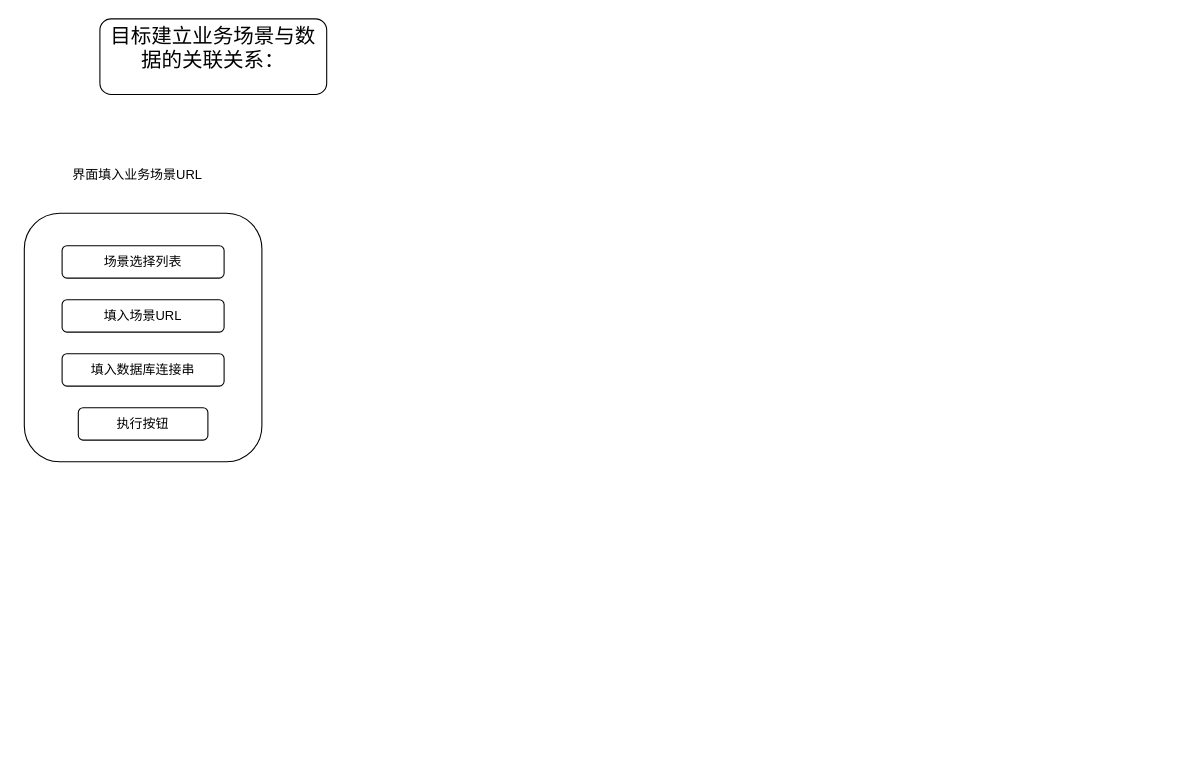
This is extract_biz_data.drawio from Chenguoqing2008/drawio, a draw.io file, before an edit. Source tidied: cells renumbered, new cells numbered last; positions are measured from the earlier drawing's top-left corner, leaving out a move shared by most shapes. Both pictures are drawn from the tidied source at 108%, with x=0, y=0 at pixel (24, 18).
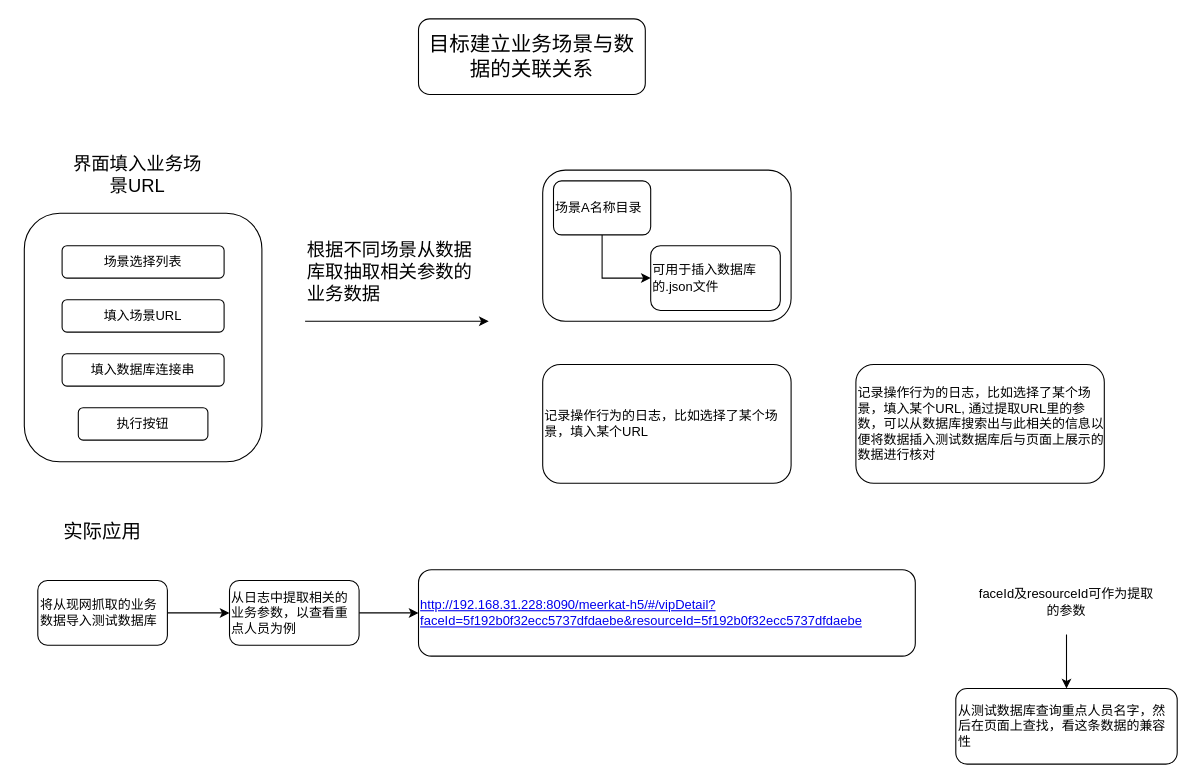
The same page after the edit.

Diff of the diagram source:
```diff
@@
-    <mxCell id="2" value="&lt;font style=&quot;font-size: 19px&quot;&gt;目标建立业务场景与数据的关联关系：&lt;br&gt;&lt;/font&gt;&lt;br&gt;" style="rounded=1;whiteSpace=wrap;html=1;" parent="1" vertex="1">
-      <mxGeometry x="70" width="210" height="70" as="geometry" />
+    <mxCell id="2" value="&lt;font style=&quot;font-size: 19px&quot;&gt;目标建立业务场景与数据的关联关系&lt;br&gt;&lt;/font&gt;" style="rounded=1;whiteSpace=wrap;html=1;" parent="1" vertex="1">
+      <mxGeometry x="365" width="210" height="70" as="geometry" />
     </mxCell>
@@
-    <mxCell id="4" value="界面填入业务场景URL" style="text;html=1;strokeColor=none;fillColor=none;align=center;verticalAlign=middle;whiteSpace=wrap;rounded=0;" parent="1" vertex="1">
+    <mxCell id="4" value="&lt;font style=&quot;font-size: 17px&quot;&gt;界面填入业务场景URL&lt;/font&gt;" style="text;html=1;strokeColor=none;fillColor=none;align=center;verticalAlign=middle;whiteSpace=wrap;rounded=0;" parent="1" vertex="1">
       <mxGeometry x="40" y="130" width="130" height="30" as="geometry" />
     </mxCell>
@@
+    <mxCell id="9" style="endArrow=classic;html=1;" parent="1" edge="1">
+      <mxGeometry relative="1" as="geometry">
+        <mxPoint x="260" y="280" as="sourcePoint" />
+        <mxPoint x="430" y="280" as="targetPoint" />
+        <Array as="points">
+          <mxPoint x="320" y="280" />
+        </Array>
+      </mxGeometry>
+    </mxCell>
+    <mxCell id="10" value="&lt;font style=&quot;font-size: 17px&quot;&gt;根据不同场景从数据库取抽取相关参数的业务数据&lt;/font&gt;" style="text;html=1;strokeColor=none;fillColor=none;align=left;verticalAlign=middle;whiteSpace=wrap;rounded=0;" parent="1" vertex="1">
+      <mxGeometry x="260" y="200" width="170" height="70" as="geometry" />
+    </mxCell>
+    <mxCell id="11" style="rounded=1;whiteSpace=wrap;html=1;align=left;" parent="1" vertex="1">
+      <mxGeometry x="480" y="140" width="230" height="140" as="geometry" />
+    </mxCell>
+    <mxCell id="12" style="edgeStyle=orthogonalEdgeStyle;rounded=0;jettySize=auto;html=1;exitX=0.5;exitY=1;exitDx=0;exitDy=0;entryX=0;entryY=0.5;entryDx=0;entryDy=0;" parent="1" edge="1" source="13" target="14">
+      <mxGeometry relative="1" as="geometry" />
+    </mxCell>
+    <mxCell id="13" value="场景A名称目录" style="rounded=1;whiteSpace=wrap;html=1;align=left;" parent="1" vertex="1">
+      <mxGeometry x="490" y="150" width="90" height="50" as="geometry" />
+    </mxCell>
+    <mxCell id="14" value="可用于插入数据库的.json文件" style="rounded=1;whiteSpace=wrap;html=1;align=left;" parent="1" vertex="1">
+      <mxGeometry x="580" y="210" width="120" height="60" as="geometry" />
+    </mxCell>
+    <mxCell id="15" value="记录操作行为的日志，比如选择了某个场景，填入某个URL" style="rounded=1;whiteSpace=wrap;html=1;align=left;" parent="1" vertex="1">
+      <mxGeometry x="480" y="320" width="230" height="110" as="geometry" />
+    </mxCell>
+    <mxCell id="16" value="记录操作行为的日志，比如选择了某个场景，填入某个URL,&amp;nbsp;通过提取URL里的参数，可以从数据库搜索出与此相关的信息以便将数据插入测试数据库后与页面上展示的数据进行核对" style="rounded=1;whiteSpace=wrap;html=1;align=left;" parent="1" vertex="1">
+      <mxGeometry x="770" y="320" width="230" height="110" as="geometry" />
+    </mxCell>
+    <mxCell id="17" style="edgeStyle=orthogonalEdgeStyle;rounded=0;jettySize=auto;html=1;exitX=1;exitY=0.5;exitDx=0;exitDy=0;entryX=0;entryY=0.5;entryDx=0;entryDy=0;" parent="1" edge="1" source="18" target="21">
+      <mxGeometry relative="1" as="geometry" />
+    </mxCell>
+    <mxCell id="18" value="将从现网抓取的业务数据导入测试数据库" style="rounded=1;whiteSpace=wrap;html=1;align=left;" parent="1" vertex="1">
+      <mxGeometry x="12.5" y="520" width="120" height="60" as="geometry" />
+    </mxCell>
+    <mxCell id="19" value="&lt;font style=&quot;font-size: 18px&quot;&gt;实际应用&lt;/font&gt;" style="text;html=1;strokeColor=none;fillColor=none;align=center;verticalAlign=middle;whiteSpace=wrap;rounded=0;" parent="1" vertex="1">
+      <mxGeometry x="-5" y="460" width="155" height="30" as="geometry" />
+    </mxCell>
+    <mxCell id="20" style="edgeStyle=orthogonalEdgeStyle;rounded=0;jettySize=auto;html=1;exitX=1;exitY=0.5;exitDx=0;exitDy=0;entryX=0;entryY=0.5;entryDx=0;entryDy=0;" parent="1" edge="1" source="21" target="22">
+      <mxGeometry relative="1" as="geometry" />
+    </mxCell>
+    <mxCell id="21" value="从日志中提取相关的业务参数，以查看重点人员为例" style="rounded=1;whiteSpace=wrap;html=1;align=left;" parent="1" vertex="1">
+      <mxGeometry x="190" y="520" width="120" height="60" as="geometry" />
+    </mxCell>
+    <mxCell id="22" value="&lt;a href=&quot;http://192.168.31.228:8090/meerkat-h5/#/vipDetail?faceId=5f192b0f32ecc5737dfdaebe&amp;amp;resourceId=5f192b0f32ecc5737dfdaebe&quot;&gt;http://192.168.31.228:8090/meerkat-h5/#/vipDetail?faceId=5f192b0f32ecc5737dfdaebe&amp;amp;resourceId=5f192b0f32ecc5737dfdaebe&lt;/a&gt;" style="rounded=1;whiteSpace=wrap;html=1;align=left;" parent="1" vertex="1">
+      <mxGeometry x="365" y="510" width="460" height="80" as="geometry" />
+    </mxCell>
+    <mxCell id="23" style="edgeStyle=orthogonalEdgeStyle;rounded=0;jettySize=auto;html=1;exitX=0.5;exitY=1;exitDx=0;exitDy=0;entryX=0.5;entryY=0;entryDx=0;entryDy=0;" parent="1" edge="1" source="24" target="25">
+      <mxGeometry relative="1" as="geometry" />
+    </mxCell>
+    <mxCell id="24" value="faceId及resourceId可作为提取的参数" style="text;html=1;strokeColor=none;fillColor=none;align=center;verticalAlign=middle;whiteSpace=wrap;rounded=0;" parent="1" vertex="1">
+      <mxGeometry x="880" y="510" width="170" height="60" as="geometry" />
+    </mxCell>
+    <mxCell id="25" value="从测试数据库查询重点人员名字，然后在页面上查找，看这条数据的兼容性" style="rounded=1;whiteSpace=wrap;html=1;align=left;" parent="1" vertex="1">
+      <mxGeometry x="862.5" y="620" width="205" height="70" as="geometry" />
+    </mxCell>
```
